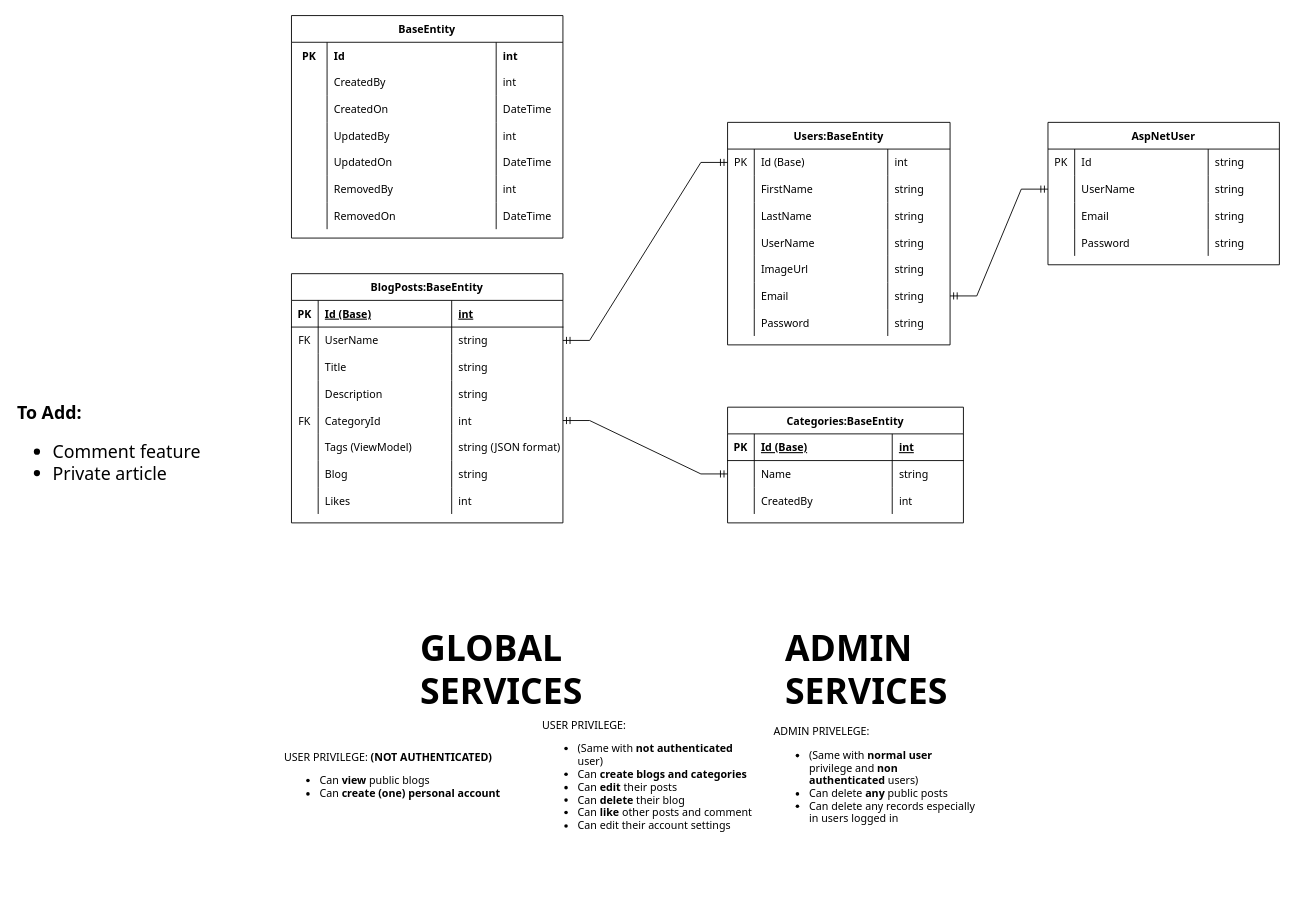
This is WeBlog.drawio from genebit/draw.io-diagrams, a draw.io file, before an edit. Source tidied: cells renumbered, new cells numbered last; positions are measured from the earlier drawing's top-left corner, leaving out a move shared by most shapes. Both pictures are drawn from the tidied source at 89%, with x=0, y=0 at pixel (15, 15).
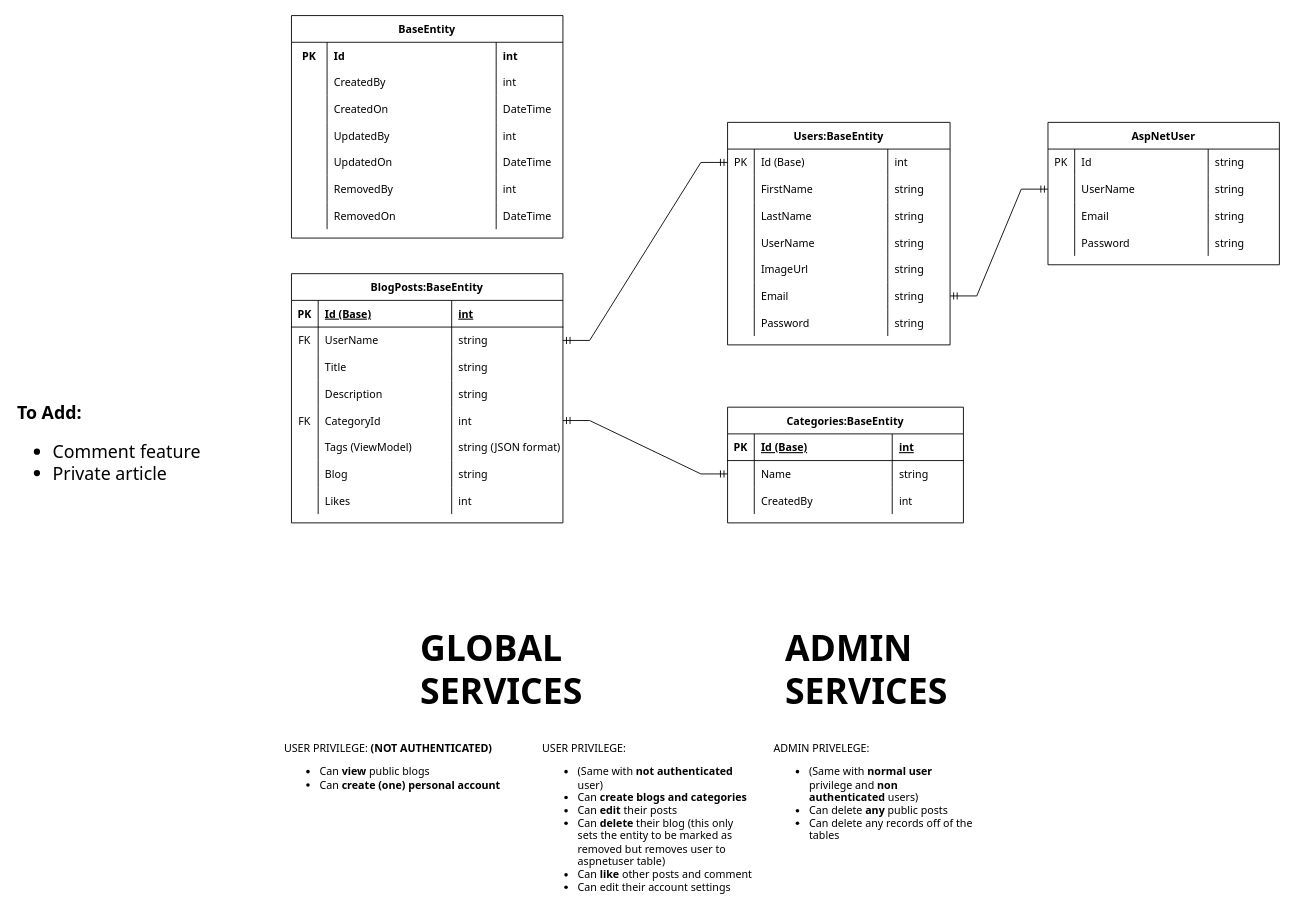
The same diagram, later.

What changed in the source:
```diff
@@
-    <mxCell id="106" value="USER PRIVILEGE:&lt;br&gt;&lt;ul&gt;&lt;li&gt;(Same with &lt;b&gt;not authenticated&lt;/b&gt; user)&lt;/li&gt;&lt;li&gt;Can &lt;b&gt;create blogs and categories&lt;/b&gt;&lt;/li&gt;&lt;li&gt;Can &lt;b&gt;edit &lt;/b&gt;their posts&lt;/li&gt;&lt;li&gt;Can &lt;b&gt;delete &lt;/b&gt;their blog&lt;/li&gt;&lt;li&gt;Can &lt;b&gt;like &lt;/b&gt;other posts and comment&lt;/li&gt;&lt;li&gt;Can edit their account settings&lt;/li&gt;&lt;/ul&gt;" style="text;html=1;strokeColor=none;fillColor=none;align=left;verticalAlign=middle;whiteSpace=wrap;rounded=0;fontFamily=Tahoma;" parent="1" vertex="1">
+    <mxCell id="106" value="USER PRIVILEGE:&lt;br&gt;&lt;ul&gt;&lt;li&gt;(Same with &lt;b&gt;not authenticated&lt;/b&gt; user)&lt;/li&gt;&lt;li&gt;Can &lt;b&gt;create blogs and categories&lt;/b&gt;&lt;/li&gt;&lt;li&gt;Can &lt;b&gt;edit &lt;/b&gt;their posts&lt;/li&gt;&lt;li&gt;Can &lt;b&gt;delete &lt;/b&gt;their blog (this only sets the entity to be marked as removed but removes user to aspnetuser table)&lt;/li&gt;&lt;li&gt;Can &lt;b&gt;like &lt;/b&gt;other posts and comment&lt;/li&gt;&lt;li&gt;Can edit their account settings&lt;/li&gt;&lt;/ul&gt;" style="text;html=1;strokeColor=none;fillColor=none;align=left;verticalAlign=top;whiteSpace=wrap;rounded=0;fontFamily=Tahoma;" parent="1" vertex="1">
       <mxGeometry x="590" y="810" width="240" height="100" as="geometry" />
     </mxCell>
-    <mxCell id="107" value="USER PRIVILEGE:&lt;b&gt; (NOT AUTHENTICATED)&lt;/b&gt;&lt;br&gt;&lt;ul&gt;&lt;li&gt;Can &lt;b&gt;view &lt;/b&gt;public blogs&lt;/li&gt;&lt;li&gt;Can &lt;b&gt;create (one) personal account&lt;/b&gt;&lt;/li&gt;&lt;/ul&gt;" style="text;html=1;strokeColor=none;fillColor=none;align=left;verticalAlign=middle;whiteSpace=wrap;rounded=0;fontFamily=Tahoma;" parent="1" vertex="1">
+    <mxCell id="107" value="USER PRIVILEGE:&lt;b&gt; (NOT AUTHENTICATED)&lt;/b&gt;&lt;br&gt;&lt;ul&gt;&lt;li&gt;Can &lt;b&gt;view &lt;/b&gt;public blogs&lt;/li&gt;&lt;li&gt;Can &lt;b&gt;create (one) personal account&lt;/b&gt;&lt;/li&gt;&lt;/ul&gt;" style="text;html=1;strokeColor=none;fillColor=none;align=left;verticalAlign=top;whiteSpace=wrap;rounded=0;fontFamily=Tahoma;" parent="1" vertex="1">
       <mxGeometry x="300" y="810" width="270" height="100" as="geometry" />
     </mxCell>
-    <mxCell id="108" value="ADMIN PRIVELEGE:&lt;br&gt;&lt;ul&gt;&lt;li&gt;(Same with &lt;b&gt;normal user&lt;/b&gt; privilege and &lt;b&gt;non authenticated&lt;/b&gt; users)&lt;/li&gt;&lt;li&gt;Can delete &lt;b&gt;any&lt;/b&gt; public posts&lt;/li&gt;&lt;li&gt;Can delete any records especially in users logged in&lt;/li&gt;&lt;/ul&gt;" style="text;html=1;strokeColor=none;fillColor=none;align=left;verticalAlign=middle;whiteSpace=wrap;rounded=0;fontFamily=Tahoma;" parent="1" vertex="1">
+    <mxCell id="108" value="ADMIN PRIVELEGE:&lt;br&gt;&lt;ul&gt;&lt;li&gt;(Same with &lt;b&gt;normal user&lt;/b&gt; privilege and &lt;b&gt;non authenticated&lt;/b&gt; users)&lt;/li&gt;&lt;li&gt;Can delete &lt;b&gt;any&lt;/b&gt; public posts&lt;/li&gt;&lt;li&gt;Can delete any records off of the tables&lt;/li&gt;&lt;/ul&gt;" style="text;html=1;strokeColor=none;fillColor=none;align=left;verticalAlign=top;whiteSpace=wrap;rounded=0;fontFamily=Tahoma;" parent="1" vertex="1">
       <mxGeometry x="850" y="810" width="230" height="100" as="geometry" />
     </mxCell>
```
